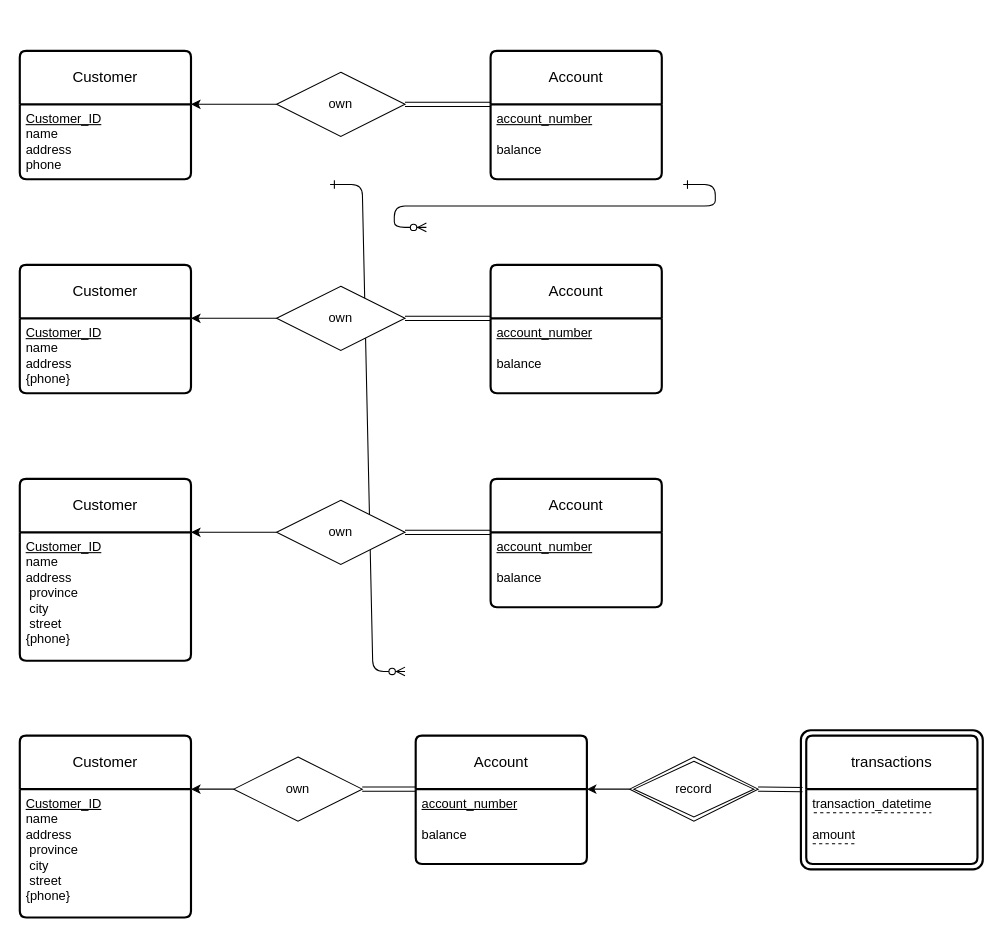
smkim0310/2023-1-DB keeps this draw.io diagram as assignment3_2(a).drawio. Above is the earlier version. Source tidied: cells renumbered, new cells numbered last; positions are measured from the earlier drawing's top-left corner, leaving out a move shared by most shapes. Both pictures are drawn from the tidied source at 107%, with x=0, y=0 at pixel (19, 50).
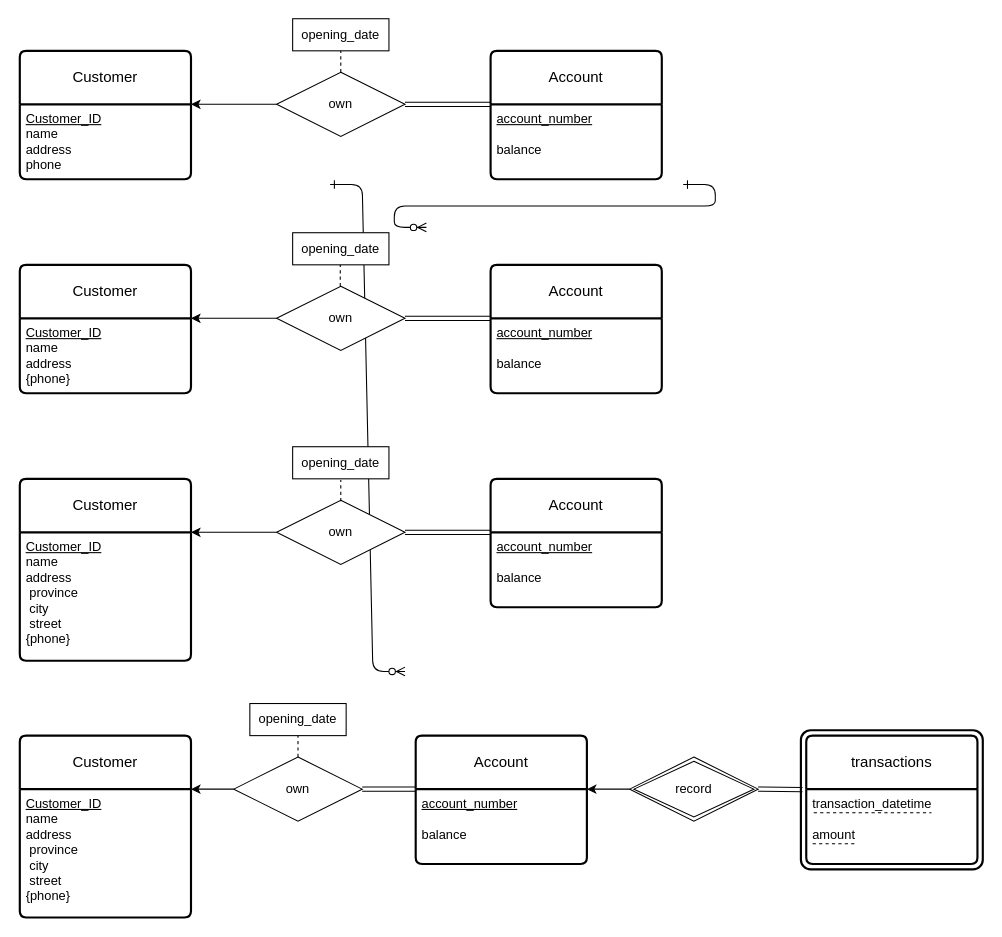
The same diagram, later.

Unchanged cells that the change refers to:
```xml
<mxCell id="8" value="own" style="shape=rhombus;perimeter=rhombusPerimeter;whiteSpace=wrap;html=1;align=center;" parent="1" vertex="1">
  <mxGeometry x="240" y="20" width="120" height="60" as="geometry" />
</mxCell>
```

Diff of the diagram source:
```diff
@@
+    <mxCell id="41" value="opening_date" style="whiteSpace=wrap;html=1;align=center;" parent="1" vertex="1">
+      <mxGeometry x="255" y="-30" width="90" height="30" as="geometry" />
+    </mxCell>
+    <mxCell id="42" style="endArrow=none;html=1;rounded=0;entryX=0.5;entryY=1;entryDx=0;entryDy=0;exitX=0.5;exitY=0;exitDx=0;exitDy=0;dashed=1;" parent="1" edge="1" source="8" target="41">
+      <mxGeometry relative="1" as="geometry" />
+    </mxCell>
+    <mxCell id="43" value="opening_date" style="whiteSpace=wrap;html=1;align=center;" parent="1" vertex="1">
+      <mxGeometry x="255" y="170" width="90" height="30" as="geometry" />
+    </mxCell>
+    <mxCell id="44" value="opening_date" style="whiteSpace=wrap;html=1;align=center;" parent="1" vertex="1">
+      <mxGeometry x="255" y="370" width="90" height="30" as="geometry" />
+    </mxCell>
+    <mxCell id="45" value="opening_date" style="whiteSpace=wrap;html=1;align=center;" parent="1" vertex="1">
+      <mxGeometry x="215" y="610" width="90" height="30" as="geometry" />
+    </mxCell>
+    <mxCell id="46" style="endArrow=none;html=1;rounded=0;entryX=0.5;entryY=1;entryDx=0;entryDy=0;exitX=0.5;exitY=0;exitDx=0;exitDy=0;dashed=1;" parent="1" edge="1">
+      <mxGeometry relative="1" as="geometry">
+        <mxPoint x="299.5" y="220" as="sourcePoint" />
+        <mxPoint x="299.5" y="200" as="targetPoint" />
+      </mxGeometry>
+    </mxCell>
+    <mxCell id="47" style="endArrow=none;html=1;rounded=0;entryX=0.5;entryY=1;entryDx=0;entryDy=0;exitX=0.5;exitY=0;exitDx=0;exitDy=0;dashed=1;" parent="1" edge="1">
+      <mxGeometry relative="1" as="geometry">
+        <mxPoint x="300" y="421" as="sourcePoint" />
+        <mxPoint x="300" y="401" as="targetPoint" />
+      </mxGeometry>
+    </mxCell>
+    <mxCell id="48" style="endArrow=none;html=1;rounded=0;entryX=0.5;entryY=1;entryDx=0;entryDy=0;exitX=0.5;exitY=0;exitDx=0;exitDy=0;dashed=1;" parent="1" edge="1">
+      <mxGeometry relative="1" as="geometry">
+        <mxPoint x="260" y="660" as="sourcePoint" />
+        <mxPoint x="260" y="640" as="targetPoint" />
+      </mxGeometry>
+    </mxCell>
```
